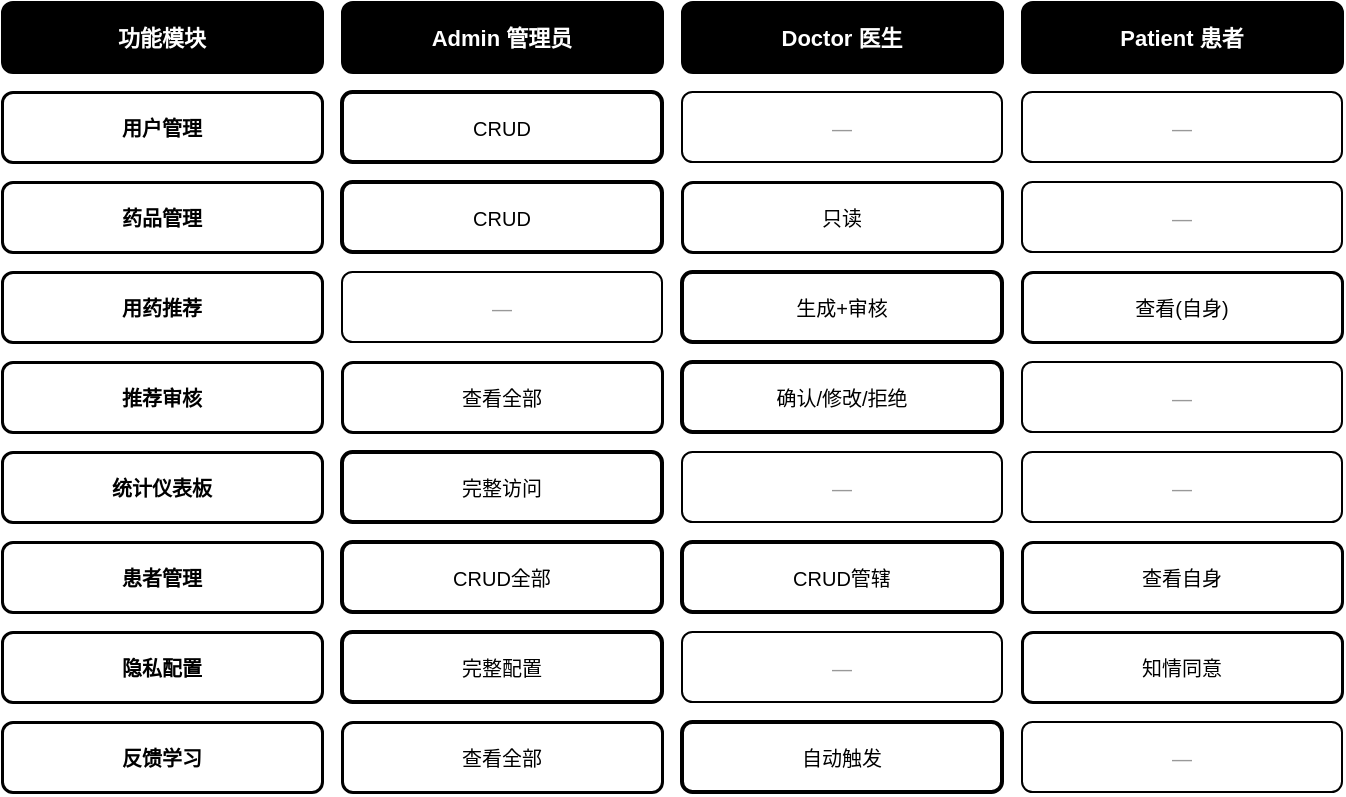
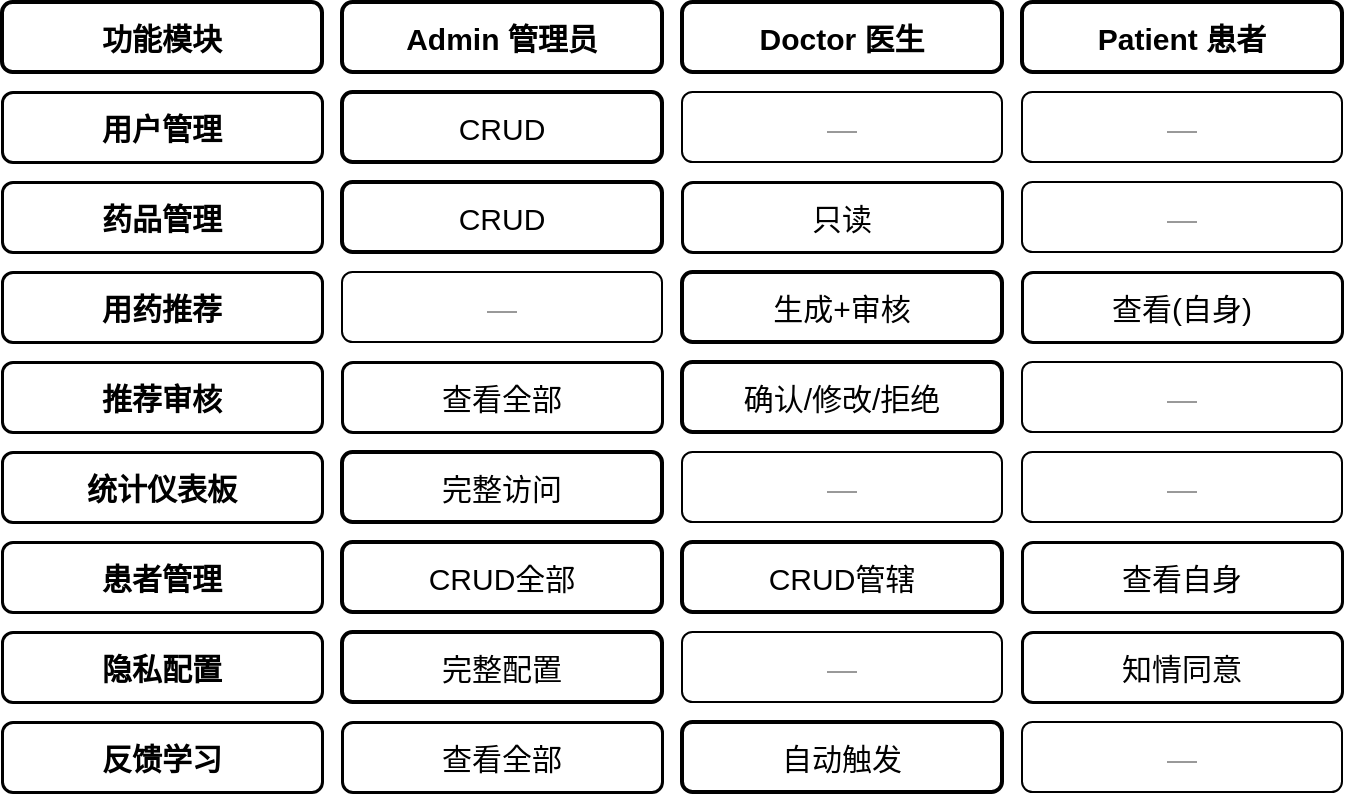
- <mxfile host="Electron">
+ <?xml version="1.0" encoding="UTF-8"?>
+ <mxfile host="drawio" version="26.0.0">
  <diagram name="三角色RBAC权限矩阵" id="rbac-matrix">
-     <mxGraphModel dx="848" dy="539" grid="1" gridSize="10" guides="1" tooltips="1" connect="1" arrows="1" fold="1" page="1" pageScale="1" pageWidth="900" pageHeight="700" background="#ffffff" math="0" shadow="0">
+     <mxGraphModel dx="1228" dy="781" grid="1" gridSize="10" guides="1" tooltips="1" connect="1" arrows="1" fold="1" page="1" pageScale="1" pageWidth="900" pageHeight="700" background="#ffffff" math="0" shadow="0">
      <root>
        <mxCell id="0" />
        <mxCell id="1" parent="0" />
-         <mxCell id="h1" parent="1" style="rounded=1;whiteSpace=wrap;html=1;fillColor=#000000;strokeColor=#000000;strokeWidth=1.5;fontSize=11;fontStyle=1;fontColor=#ffffff;align=center;" value="功能模块" vertex="1">
+         <mxCell id="h1" parent="1" style="rounded=1;whiteSpace=wrap;html=1;fillColor=#ffffff;strokeColor=#000000;strokeWidth=2;fontSize=15;fontStyle=1;fontColor=#000000;align=center;" value="功能模块" vertex="1">
          <mxGeometry height="35" width="160" x="60" y="80" as="geometry" />
        </mxCell>
-         <mxCell id="h2" parent="1" style="rounded=1;whiteSpace=wrap;html=1;fillColor=#000000;strokeColor=#000000;strokeWidth=1.5;fontSize=11;fontStyle=1;fontColor=#ffffff;align=center;" value="Admin 管理员" vertex="1">
+         <mxCell id="h2" parent="1" style="rounded=1;whiteSpace=wrap;html=1;fillColor=#ffffff;strokeColor=#000000;strokeWidth=2;fontSize=15;fontStyle=1;fontColor=#000000;align=center;" value="Admin 管理员" vertex="1">
          <mxGeometry height="35" width="160" x="230" y="80" as="geometry" />
        </mxCell>
-         <mxCell id="h3" parent="1" style="rounded=1;whiteSpace=wrap;html=1;fillColor=#000000;strokeColor=#000000;strokeWidth=1.5;fontSize=11;fontStyle=1;fontColor=#ffffff;align=center;" value="Doctor 医生" vertex="1">
+         <mxCell id="h3" parent="1" style="rounded=1;whiteSpace=wrap;html=1;fillColor=#ffffff;strokeColor=#000000;strokeWidth=2;fontSize=15;fontStyle=1;fontColor=#000000;align=center;" value="Doctor 医生" vertex="1">
          <mxGeometry height="35" width="160" x="400" y="80" as="geometry" />
        </mxCell>
-         <mxCell id="h4" parent="1" style="rounded=1;whiteSpace=wrap;html=1;fillColor=#000000;strokeColor=#000000;strokeWidth=1.5;fontSize=11;fontStyle=1;fontColor=#ffffff;align=center;" value="Patient 患者" vertex="1">
+         <mxCell id="h4" parent="1" style="rounded=1;whiteSpace=wrap;html=1;fillColor=#ffffff;strokeColor=#000000;strokeWidth=2;fontSize=15;fontStyle=1;fontColor=#000000;align=center;" value="Patient 患者" vertex="1">
          <mxGeometry height="35" width="160" x="570" y="80" as="geometry" />
        </mxCell>
-         <mxCell id="r1_label" parent="1" style="rounded=1;whiteSpace=wrap;html=1;fillColor=#ffffff;strokeColor=#000000;strokeWidth=1.5;fontSize=10;fontStyle=1;fontColor=#000000;" value="用户管理" vertex="1">
+         <mxCell id="r1_label" parent="1" style="rounded=1;whiteSpace=wrap;html=1;fillColor=#ffffff;strokeColor=#000000;strokeWidth=1.5;fontSize=15;fontStyle=1;fontColor=#000000;" value="用户管理" vertex="1">
          <mxGeometry height="35" width="160" x="60" y="125" as="geometry" />
        </mxCell>
-         <mxCell id="r1_a" parent="1" style="rounded=1;whiteSpace=wrap;html=1;fillColor=#ffffff;strokeColor=#000000;strokeWidth=2;fontSize=10;fontColor=#000000;" value="CRUD" vertex="1">
+         <mxCell id="r1_a" parent="1" style="rounded=1;whiteSpace=wrap;html=1;fillColor=#ffffff;strokeColor=#000000;strokeWidth=2;fontSize=15;fontColor=#000000;" value="CRUD" vertex="1">
          <mxGeometry height="35" width="160" x="230" y="125" as="geometry" />
        </mxCell>
-         <mxCell id="r1_d" parent="1" style="rounded=1;whiteSpace=wrap;html=1;fillColor=#ffffff;strokeColor=#000000;strokeWidth=1;fontSize=10;fontColor=#999999;" value="—" vertex="1">
+         <mxCell id="r1_d" parent="1" style="rounded=1;whiteSpace=wrap;html=1;fillColor=#ffffff;strokeColor=#000000;strokeWidth=1;fontSize=15;fontColor=#999999;" value="—" vertex="1">
          <mxGeometry height="35" width="160" x="400" y="125" as="geometry" />
        </mxCell>
-         <mxCell id="r1_p" parent="1" style="rounded=1;whiteSpace=wrap;html=1;fillColor=#ffffff;strokeColor=#000000;strokeWidth=1;fontSize=10;fontColor=#999999;" value="—" vertex="1">
+         <mxCell id="r1_p" parent="1" style="rounded=1;whiteSpace=wrap;html=1;fillColor=#ffffff;strokeColor=#000000;strokeWidth=1;fontSize=15;fontColor=#999999;" value="—" vertex="1">
          <mxGeometry height="35" width="160" x="570" y="125" as="geometry" />
        </mxCell>
-         <mxCell id="r2_label" parent="1" style="rounded=1;whiteSpace=wrap;html=1;fillColor=#ffffff;strokeColor=#000000;strokeWidth=1.5;fontSize=10;fontStyle=1;fontColor=#000000;" value="药品管理" vertex="1">
+         <mxCell id="r2_label" parent="1" style="rounded=1;whiteSpace=wrap;html=1;fillColor=#ffffff;strokeColor=#000000;strokeWidth=1.5;fontSize=15;fontStyle=1;fontColor=#000000;" value="药品管理" vertex="1">
          <mxGeometry height="35" width="160" x="60" y="170" as="geometry" />
        </mxCell>
-         <mxCell id="r2_a" parent="1" style="rounded=1;whiteSpace=wrap;html=1;fillColor=#ffffff;strokeColor=#000000;strokeWidth=2;fontSize=10;fontColor=#000000;" value="CRUD" vertex="1">
+         <mxCell id="r2_a" parent="1" style="rounded=1;whiteSpace=wrap;html=1;fillColor=#ffffff;strokeColor=#000000;strokeWidth=2;fontSize=15;fontColor=#000000;" value="CRUD" vertex="1">
          <mxGeometry height="35" width="160" x="230" y="170" as="geometry" />
        </mxCell>
-         <mxCell id="r2_d" parent="1" style="rounded=1;whiteSpace=wrap;html=1;fillColor=#ffffff;strokeColor=#000000;strokeWidth=1.5;fontSize=10;fontColor=#000000;" value="只读" vertex="1">
+         <mxCell id="r2_d" parent="1" style="rounded=1;whiteSpace=wrap;html=1;fillColor=#ffffff;strokeColor=#000000;strokeWidth=1.5;fontSize=15;fontColor=#000000;" value="只读" vertex="1">
          <mxGeometry height="35" width="160" x="400" y="170" as="geometry" />
        </mxCell>
-         <mxCell id="r2_p" parent="1" style="rounded=1;whiteSpace=wrap;html=1;fillColor=#ffffff;strokeColor=#000000;strokeWidth=1;fontSize=10;fontColor=#999999;" value="—" vertex="1">
+         <mxCell id="r2_p" parent="1" style="rounded=1;whiteSpace=wrap;html=1;fillColor=#ffffff;strokeColor=#000000;strokeWidth=1;fontSize=15;fontColor=#999999;" value="—" vertex="1">
          <mxGeometry height="35" width="160" x="570" y="170" as="geometry" />
        </mxCell>
-         <mxCell id="r3_label" parent="1" style="rounded=1;whiteSpace=wrap;html=1;fillColor=#ffffff;strokeColor=#000000;strokeWidth=1.5;fontSize=10;fontStyle=1;fontColor=#000000;" value="用药推荐" vertex="1">
+         <mxCell id="r3_label" parent="1" style="rounded=1;whiteSpace=wrap;html=1;fillColor=#ffffff;strokeColor=#000000;strokeWidth=1.5;fontSize=15;fontStyle=1;fontColor=#000000;" value="用药推荐" vertex="1">
          <mxGeometry height="35" width="160" x="60" y="215" as="geometry" />
        </mxCell>
-         <mxCell id="r3_a" parent="1" style="rounded=1;whiteSpace=wrap;html=1;fillColor=#ffffff;strokeColor=#000000;strokeWidth=1;fontSize=10;fontColor=#999999;" value="—" vertex="1">
+         <mxCell id="r3_a" parent="1" style="rounded=1;whiteSpace=wrap;html=1;fillColor=#ffffff;strokeColor=#000000;strokeWidth=1;fontSize=15;fontColor=#999999;" value="—" vertex="1">
          <mxGeometry height="35" width="160" x="230" y="215" as="geometry" />
        </mxCell>
-         <mxCell id="r3_d" parent="1" style="rounded=1;whiteSpace=wrap;html=1;fillColor=#ffffff;strokeColor=#000000;strokeWidth=2;fontSize=10;fontColor=#000000;" value="生成+审核" vertex="1">
+         <mxCell id="r3_d" parent="1" style="rounded=1;whiteSpace=wrap;html=1;fillColor=#ffffff;strokeColor=#000000;strokeWidth=2;fontSize=15;fontColor=#000000;" value="生成+审核" vertex="1">
          <mxGeometry height="35" width="160" x="400" y="215" as="geometry" />
        </mxCell>
-         <mxCell id="r3_p" parent="1" style="rounded=1;whiteSpace=wrap;html=1;fillColor=#ffffff;strokeColor=#000000;strokeWidth=1.5;fontSize=10;fontColor=#000000;" value="查看(自身)" vertex="1">
+         <mxCell id="r3_p" parent="1" style="rounded=1;whiteSpace=wrap;html=1;fillColor=#ffffff;strokeColor=#000000;strokeWidth=1.5;fontSize=15;fontColor=#000000;" value="查看(自身)" vertex="1">
          <mxGeometry height="35" width="160" x="570" y="215" as="geometry" />
        </mxCell>
-         <mxCell id="r4_label" parent="1" style="rounded=1;whiteSpace=wrap;html=1;fillColor=#ffffff;strokeColor=#000000;strokeWidth=1.5;fontSize=10;fontStyle=1;fontColor=#000000;" value="推荐审核" vertex="1">
+         <mxCell id="r4_label" parent="1" style="rounded=1;whiteSpace=wrap;html=1;fillColor=#ffffff;strokeColor=#000000;strokeWidth=1.5;fontSize=15;fontStyle=1;fontColor=#000000;" value="推荐审核" vertex="1">
          <mxGeometry height="35" width="160" x="60" y="260" as="geometry" />
        </mxCell>
-         <mxCell id="r4_a" parent="1" style="rounded=1;whiteSpace=wrap;html=1;fillColor=#ffffff;strokeColor=#000000;strokeWidth=1.5;fontSize=10;fontColor=#000000;" value="查看全部" vertex="1">
+         <mxCell id="r4_a" parent="1" style="rounded=1;whiteSpace=wrap;html=1;fillColor=#ffffff;strokeColor=#000000;strokeWidth=1.5;fontSize=15;fontColor=#000000;" value="查看全部" vertex="1">
          <mxGeometry height="35" width="160" x="230" y="260" as="geometry" />
        </mxCell>
-         <mxCell id="r4_d" parent="1" style="rounded=1;whiteSpace=wrap;html=1;fillColor=#ffffff;strokeColor=#000000;strokeWidth=2;fontSize=10;fontColor=#000000;" value="确认/修改/拒绝" vertex="1">
+         <mxCell id="r4_d" parent="1" style="rounded=1;whiteSpace=wrap;html=1;fillColor=#ffffff;strokeColor=#000000;strokeWidth=2;fontSize=15;fontColor=#000000;" value="确认/修改/拒绝" vertex="1">
          <mxGeometry height="35" width="160" x="400" y="260" as="geometry" />
        </mxCell>
-         <mxCell id="r4_p" parent="1" style="rounded=1;whiteSpace=wrap;html=1;fillColor=#ffffff;strokeColor=#000000;strokeWidth=1;fontSize=10;fontColor=#999999;" value="—" vertex="1">
+         <mxCell id="r4_p" parent="1" style="rounded=1;whiteSpace=wrap;html=1;fillColor=#ffffff;strokeColor=#000000;strokeWidth=1;fontSize=15;fontColor=#999999;" value="—" vertex="1">
          <mxGeometry height="35" width="160" x="570" y="260" as="geometry" />
        </mxCell>
-         <mxCell id="r5_label" parent="1" style="rounded=1;whiteSpace=wrap;html=1;fillColor=#ffffff;strokeColor=#000000;strokeWidth=1.5;fontSize=10;fontStyle=1;fontColor=#000000;" value="统计仪表板" vertex="1">
+         <mxCell id="r5_label" parent="1" style="rounded=1;whiteSpace=wrap;html=1;fillColor=#ffffff;strokeColor=#000000;strokeWidth=1.5;fontSize=15;fontStyle=1;fontColor=#000000;" value="统计仪表板" vertex="1">
          <mxGeometry height="35" width="160" x="60" y="305" as="geometry" />
        </mxCell>
-         <mxCell id="r5_a" parent="1" style="rounded=1;whiteSpace=wrap;html=1;fillColor=#ffffff;strokeColor=#000000;strokeWidth=2;fontSize=10;fontColor=#000000;" value="完整访问" vertex="1">
+         <mxCell id="r5_a" parent="1" style="rounded=1;whiteSpace=wrap;html=1;fillColor=#ffffff;strokeColor=#000000;strokeWidth=2;fontSize=15;fontColor=#000000;" value="完整访问" vertex="1">
          <mxGeometry height="35" width="160" x="230" y="305" as="geometry" />
        </mxCell>
-         <mxCell id="r5_d" parent="1" style="rounded=1;whiteSpace=wrap;html=1;fillColor=#ffffff;strokeColor=#000000;strokeWidth=1;fontSize=10;fontColor=#999999;" value="—" vertex="1">
+         <mxCell id="r5_d" parent="1" style="rounded=1;whiteSpace=wrap;html=1;fillColor=#ffffff;strokeColor=#000000;strokeWidth=1;fontSize=15;fontColor=#999999;" value="—" vertex="1">
          <mxGeometry height="35" width="160" x="400" y="305" as="geometry" />
        </mxCell>
-         <mxCell id="r5_p" parent="1" style="rounded=1;whiteSpace=wrap;html=1;fillColor=#ffffff;strokeColor=#000000;strokeWidth=1;fontSize=10;fontColor=#999999;" value="—" vertex="1">
+         <mxCell id="r5_p" parent="1" style="rounded=1;whiteSpace=wrap;html=1;fillColor=#ffffff;strokeColor=#000000;strokeWidth=1;fontSize=15;fontColor=#999999;" value="—" vertex="1">
          <mxGeometry height="35" width="160" x="570" y="305" as="geometry" />
        </mxCell>
-         <mxCell id="r6_label" parent="1" style="rounded=1;whiteSpace=wrap;html=1;fillColor=#ffffff;strokeColor=#000000;strokeWidth=1.5;fontSize=10;fontStyle=1;fontColor=#000000;" value="患者管理" vertex="1">
+         <mxCell id="r6_label" parent="1" style="rounded=1;whiteSpace=wrap;html=1;fillColor=#ffffff;strokeColor=#000000;strokeWidth=1.5;fontSize=15;fontStyle=1;fontColor=#000000;" value="患者管理" vertex="1">
          <mxGeometry height="35" width="160" x="60" y="350" as="geometry" />
        </mxCell>
-         <mxCell id="r6_a" parent="1" style="rounded=1;whiteSpace=wrap;html=1;fillColor=#ffffff;strokeColor=#000000;strokeWidth=2;fontSize=10;fontColor=#000000;" value="CRUD全部" vertex="1">
+         <mxCell id="r6_a" parent="1" style="rounded=1;whiteSpace=wrap;html=1;fillColor=#ffffff;strokeColor=#000000;strokeWidth=2;fontSize=15;fontColor=#000000;" value="CRUD全部" vertex="1">
          <mxGeometry height="35" width="160" x="230" y="350" as="geometry" />
        </mxCell>
-         <mxCell id="r6_d" parent="1" style="rounded=1;whiteSpace=wrap;html=1;fillColor=#ffffff;strokeColor=#000000;strokeWidth=2;fontSize=10;fontColor=#000000;" value="CRUD管辖" vertex="1">
+         <mxCell id="r6_d" parent="1" style="rounded=1;whiteSpace=wrap;html=1;fillColor=#ffffff;strokeColor=#000000;strokeWidth=2;fontSize=15;fontColor=#000000;" value="CRUD管辖" vertex="1">
          <mxGeometry height="35" width="160" x="400" y="350" as="geometry" />
        </mxCell>
-         <mxCell id="r6_p" parent="1" style="rounded=1;whiteSpace=wrap;html=1;fillColor=#ffffff;strokeColor=#000000;strokeWidth=1.5;fontSize=10;fontColor=#000000;" value="查看自身" vertex="1">
+         <mxCell id="r6_p" parent="1" style="rounded=1;whiteSpace=wrap;html=1;fillColor=#ffffff;strokeColor=#000000;strokeWidth=1.5;fontSize=15;fontColor=#000000;" value="查看自身" vertex="1">
          <mxGeometry height="35" width="160" x="570" y="350" as="geometry" />
        </mxCell>
-         <mxCell id="r7_label" parent="1" style="rounded=1;whiteSpace=wrap;html=1;fillColor=#ffffff;strokeColor=#000000;strokeWidth=1.5;fontSize=10;fontStyle=1;fontColor=#000000;" value="隐私配置" vertex="1">
+         <mxCell id="r7_label" parent="1" style="rounded=1;whiteSpace=wrap;html=1;fillColor=#ffffff;strokeColor=#000000;strokeWidth=1.5;fontSize=15;fontStyle=1;fontColor=#000000;" value="隐私配置" vertex="1">
          <mxGeometry height="35" width="160" x="60" y="395" as="geometry" />
        </mxCell>
-         <mxCell id="r7_a" parent="1" style="rounded=1;whiteSpace=wrap;html=1;fillColor=#ffffff;strokeColor=#000000;strokeWidth=2;fontSize=10;fontColor=#000000;" value="完整配置" vertex="1">
+         <mxCell id="r7_a" parent="1" style="rounded=1;whiteSpace=wrap;html=1;fillColor=#ffffff;strokeColor=#000000;strokeWidth=2;fontSize=15;fontColor=#000000;" value="完整配置" vertex="1">
          <mxGeometry height="35" width="160" x="230" y="395" as="geometry" />
        </mxCell>
-         <mxCell id="r7_d" parent="1" style="rounded=1;whiteSpace=wrap;html=1;fillColor=#ffffff;strokeColor=#000000;strokeWidth=1;fontSize=10;fontColor=#999999;" value="—" vertex="1">
+         <mxCell id="r7_d" parent="1" style="rounded=1;whiteSpace=wrap;html=1;fillColor=#ffffff;strokeColor=#000000;strokeWidth=1;fontSize=15;fontColor=#999999;" value="—" vertex="1">
          <mxGeometry height="35" width="160" x="400" y="395" as="geometry" />
        </mxCell>
-         <mxCell id="r7_p" parent="1" style="rounded=1;whiteSpace=wrap;html=1;fillColor=#ffffff;strokeColor=#000000;strokeWidth=1.5;fontSize=10;fontColor=#000000;" value="知情同意" vertex="1">
+         <mxCell id="r7_p" parent="1" style="rounded=1;whiteSpace=wrap;html=1;fillColor=#ffffff;strokeColor=#000000;strokeWidth=1.5;fontSize=15;fontColor=#000000;" value="知情同意" vertex="1">
          <mxGeometry height="35" width="160" x="570" y="395" as="geometry" />
        </mxCell>
-         <mxCell id="r8_label" parent="1" style="rounded=1;whiteSpace=wrap;html=1;fillColor=#ffffff;strokeColor=#000000;strokeWidth=1.5;fontSize=10;fontStyle=1;fontColor=#000000;" value="反馈学习" vertex="1">
+         <mxCell id="r8_label" parent="1" style="rounded=1;whiteSpace=wrap;html=1;fillColor=#ffffff;strokeColor=#000000;strokeWidth=1.5;fontSize=15;fontStyle=1;fontColor=#000000;" value="反馈学习" vertex="1">
          <mxGeometry height="35" width="160" x="60" y="440" as="geometry" />
        </mxCell>
-         <mxCell id="r8_a" parent="1" style="rounded=1;whiteSpace=wrap;html=1;fillColor=#ffffff;strokeColor=#000000;strokeWidth=1.5;fontSize=10;fontColor=#000000;" value="查看全部" vertex="1">
+         <mxCell id="r8_a" parent="1" style="rounded=1;whiteSpace=wrap;html=1;fillColor=#ffffff;strokeColor=#000000;strokeWidth=1.5;fontSize=15;fontColor=#000000;" value="查看全部" vertex="1">
          <mxGeometry height="35" width="160" x="230" y="440" as="geometry" />
        </mxCell>
-         <mxCell id="r8_d" parent="1" style="rounded=1;whiteSpace=wrap;html=1;fillColor=#ffffff;strokeColor=#000000;strokeWidth=2;fontSize=10;fontColor=#000000;" value="自动触发" vertex="1">
+         <mxCell id="r8_d" parent="1" style="rounded=1;whiteSpace=wrap;html=1;fillColor=#ffffff;strokeColor=#000000;strokeWidth=2;fontSize=15;fontColor=#000000;" value="自动触发" vertex="1">
          <mxGeometry height="35" width="160" x="400" y="440" as="geometry" />
        </mxCell>
-         <mxCell id="r8_p" parent="1" style="rounded=1;whiteSpace=wrap;html=1;fillColor=#ffffff;strokeColor=#000000;strokeWidth=1;fontSize=10;fontColor=#999999;" value="—" vertex="1">
+         <mxCell id="r8_p" parent="1" style="rounded=1;whiteSpace=wrap;html=1;fillColor=#ffffff;strokeColor=#000000;strokeWidth=1;fontSize=15;fontColor=#999999;" value="—" vertex="1">
          <mxGeometry height="35" width="160" x="570" y="440" as="geometry" />
        </mxCell>
      </root>
    </mxGraphModel>
  </diagram>
</mxfile>
